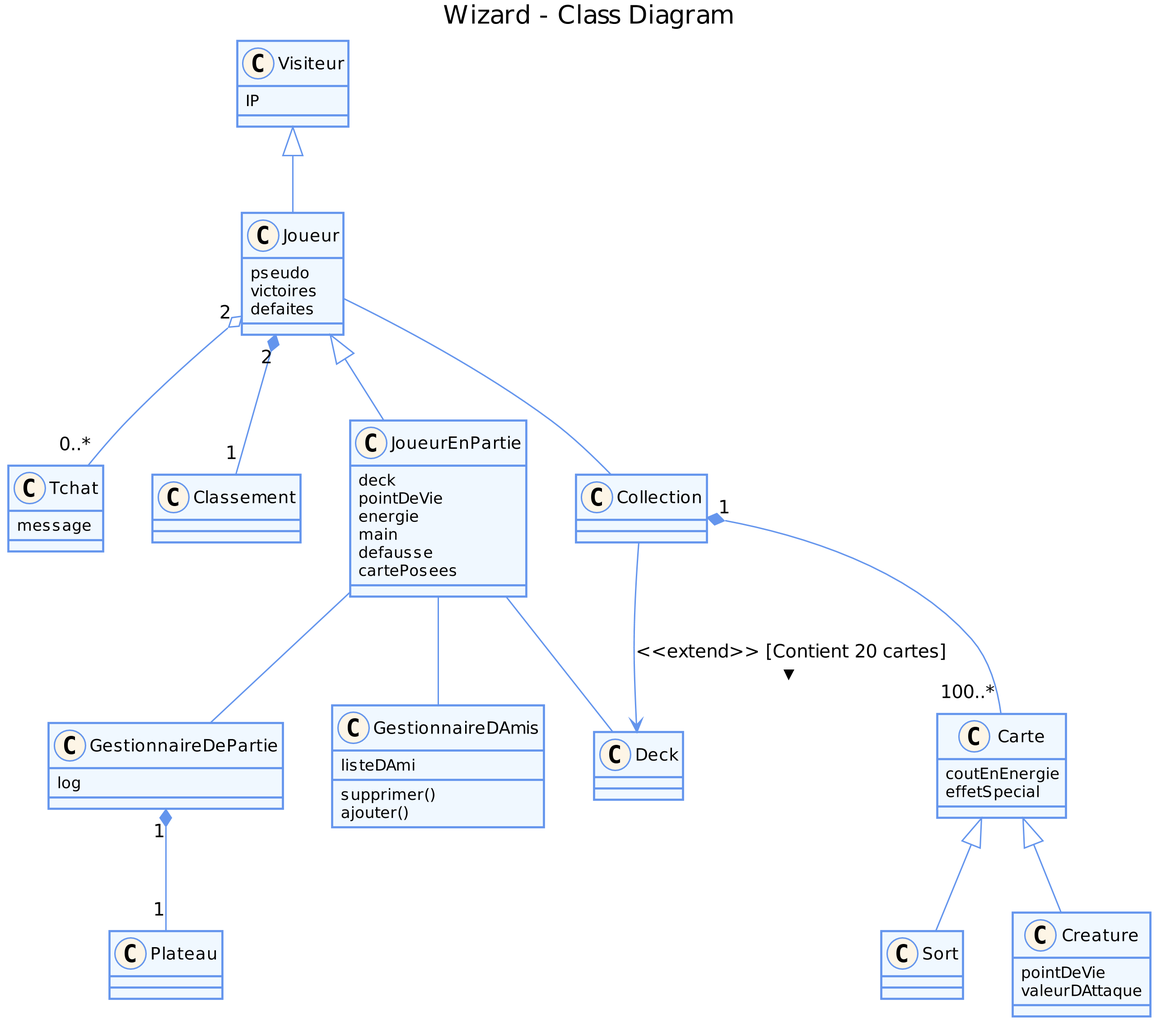
Earlier version of the PlantUML export uml_files/ClassDiagram.png (elishadrion/tetris). Its diagram source:
```plantuml
@startuml

title Wizard - Class Diagram

skinparam classAttributeIconSize 0

skinparam shadowing false

skinparam dpi 300

skinparam class {
  BackgroundColor AliceBlue
  ArrowColor CornflowerBlue
  BorderColor CornflowerBlue
}
skinparam stereotypeCBackgroundColor OldLace

class Visiteur {
  IP
}

class Tchat {
  message
}

class Classement {
}

class Joueur {
  pseudo
  victoires
  defaites
}

class GestionnaireDAmis {
  listeDAmi
  supprimer()
  ajouter()
}

class JoueurEnPartie {
  deck
  pointDeVie
  energie
  main
  defausse
  cartePosees
}

class Deck {

}

class Collection {

}

class Carte {
  coutEnEnergie
  effetSpecial
}

class Creature {
  pointDeVie
  valeurDAttaque
}

class Sort {

}

class GestionnaireDePartie {
  log
}

class Plateau {

}


Visiteur <|-- Joueur
Joueur "2" *-- "1" Classement
Joueur "2" o-- "0..*" Tchat
Joueur <|-- JoueurEnPartie
JoueurEnPartie -- Deck
JoueurEnPartie -- GestionnaireDAmis
Joueur -- Collection
Collection "1" *-- "100..*" Carte
Collection --> Deck: <<extend>> [Contient 20 cartes] >
Carte <|-- Creature
Carte <|-- Sort
JoueurEnPartie -- GestionnaireDePartie
GestionnaireDePartie "1" *-- "1" Plateau


@enduml
```
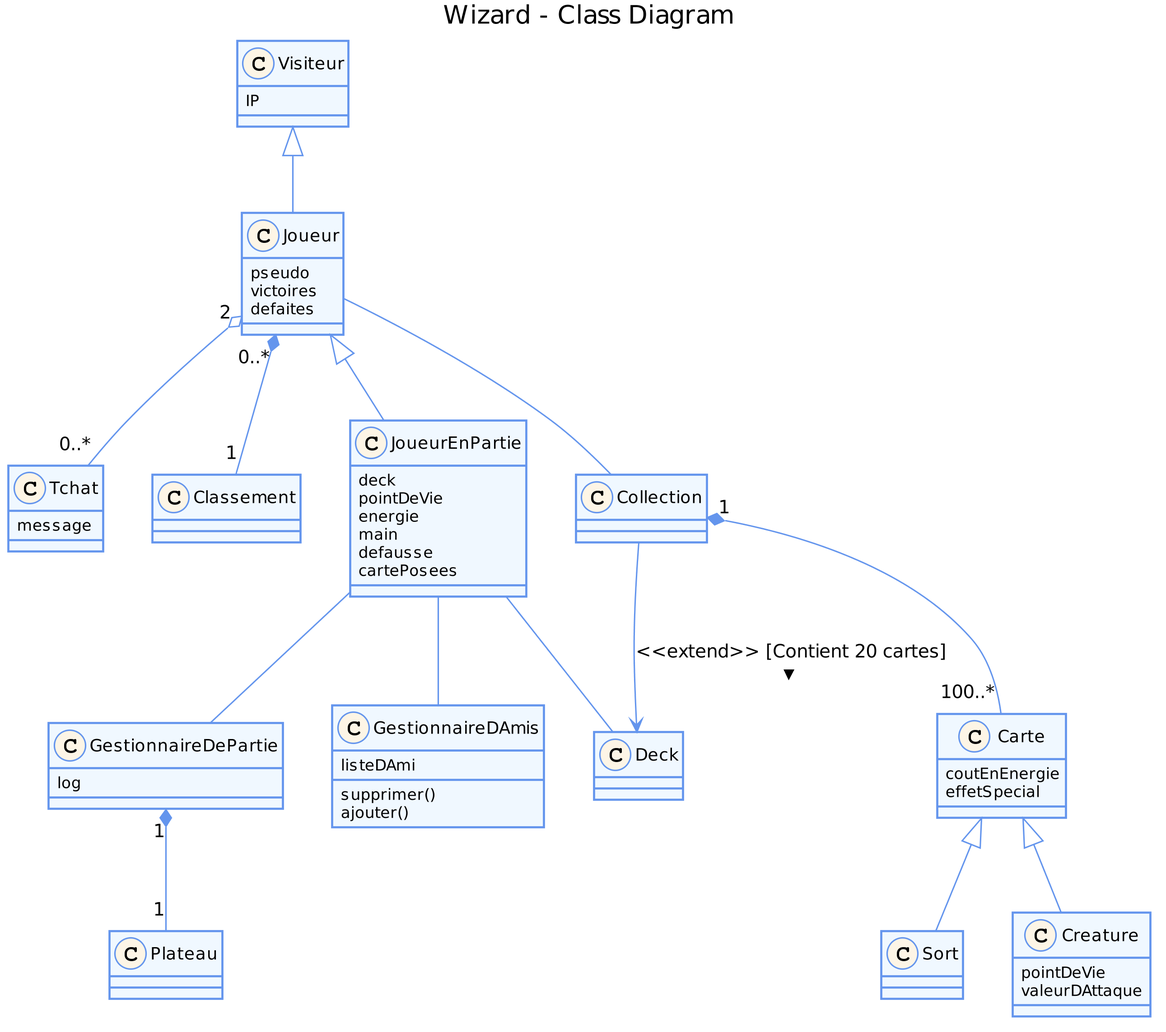
Later version of the same file.

Commit message:
Correctin de l'intération entre Player et Classement

The edit, as a diff of the source:
```diff
@@ -1,5 +1,4 @@
 @startuml
-
 title Wizard - Class Diagram
 
 skinparam classAttributeIconSize 0
@@ -79,7 +78,7 @@
 
 
 Visiteur <|-- Joueur
-Joueur "2" *-- "1" Classement
+Joueur "0..*" *-- "1" Classement
 Joueur "2" o-- "0..*" Tchat
 Joueur <|-- JoueurEnPartie
 JoueurEnPartie -- Deck
@@ -91,6 +90,4 @@
 Carte <|-- Sort
 JoueurEnPartie -- GestionnaireDePartie
 GestionnaireDePartie "1" *-- "1" Plateau
-
-
 @enduml
```
